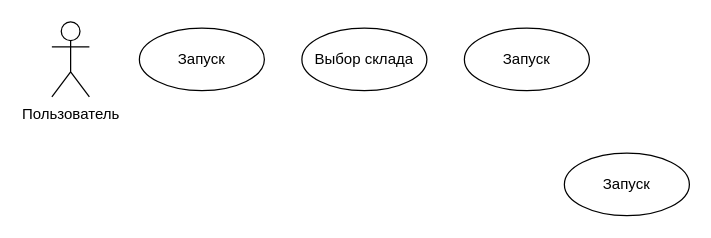
Aazmandiuc/MDK_01.01 keeps this draw.io diagram as Диаграмма прецедентов.drawio. Above is the earlier version. Source tidied: cells renumbered, new cells numbered last; positions are measured from the earlier drawing's top-left corner, leaving out a move shared by most shapes. Both pictures are drawn from the tidied source at 125%, with x=0, y=0 at pixel (51, 21).
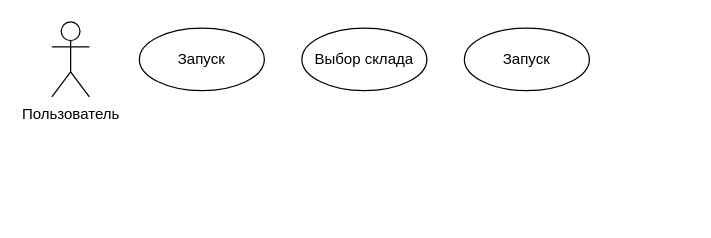
The same diagram, later.

Change to the diagram source:
```diff
@@
 <mxGraphModel>
   <root>
     <mxCell id="0" />
     <mxCell id="1" parent="0" />
     <mxCell id="2" value="Пользователь" style="shape=umlActor;verticalLabelPosition=bottom;verticalAlign=top;html=1;" parent="1" vertex="1">
       <mxGeometry width="30" height="60" as="geometry" />
     </mxCell>
     <mxCell id="3" value="Запуск" style="ellipse;whiteSpace=wrap;html=1;" parent="1" vertex="1">
       <mxGeometry x="70" y="5" width="100" height="50" as="geometry" />
     </mxCell>
     <mxCell id="4" value="Выбор склада" style="ellipse;whiteSpace=wrap;html=1;" parent="1" vertex="1">
       <mxGeometry x="200" y="5" width="100" height="50" as="geometry" />
     </mxCell>
     <mxCell id="5" value="Запуск" style="ellipse;whiteSpace=wrap;html=1;" parent="1" vertex="1">
       <mxGeometry x="330" y="5" width="100" height="50" as="geometry" />
     </mxCell>
-    <mxCell id="6" value="Запуск" style="ellipse;whiteSpace=wrap;html=1;" parent="1" vertex="1">
-      <mxGeometry x="410" y="105" width="100" height="50" as="geometry" />
-    </mxCell>
   </root>
 </mxGraphModel>
```
